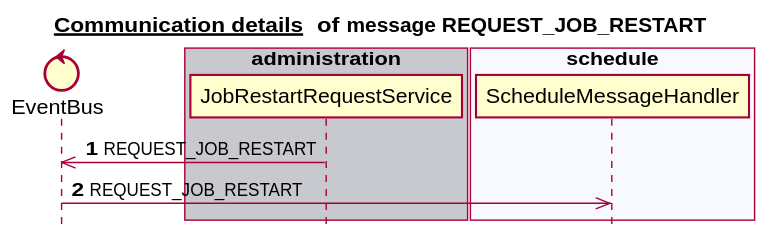
Earlier version of the PlantUML export docs/latest/images/gen_domain_messaging_request_job_restart.svg (mercedes-benz/sechub).
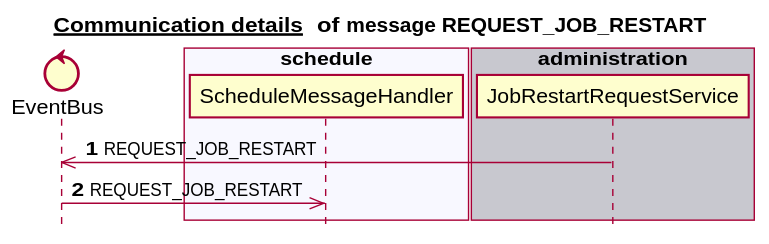
Later version of the same file.

The edit, as a diff of the source:
```diff
@@ -6,17 +6,17 @@
 
 
 control EventBus
-box "notification" #C8C8CF
-end box
-box "authorization" #F8F8FF
-end box
-box "administration" #C8C8CF
-   participant JobRestartRequestService
+box "scan" #C8C8CF
 end box
 box "schedule" #F8F8FF
    participant ScheduleMessageHandler
 end box
-box "scan" #C8C8CF
+box "authorization" #C8C8CF
+end box
+box "notification" #F8F8FF
+end box
+box "administration" #C8C8CF
+   participant JobRestartRequestService
 end box
 autonumber 1
 JobRestartRequestService ->> EventBus:REQUEST_JOB_RESTART
```
